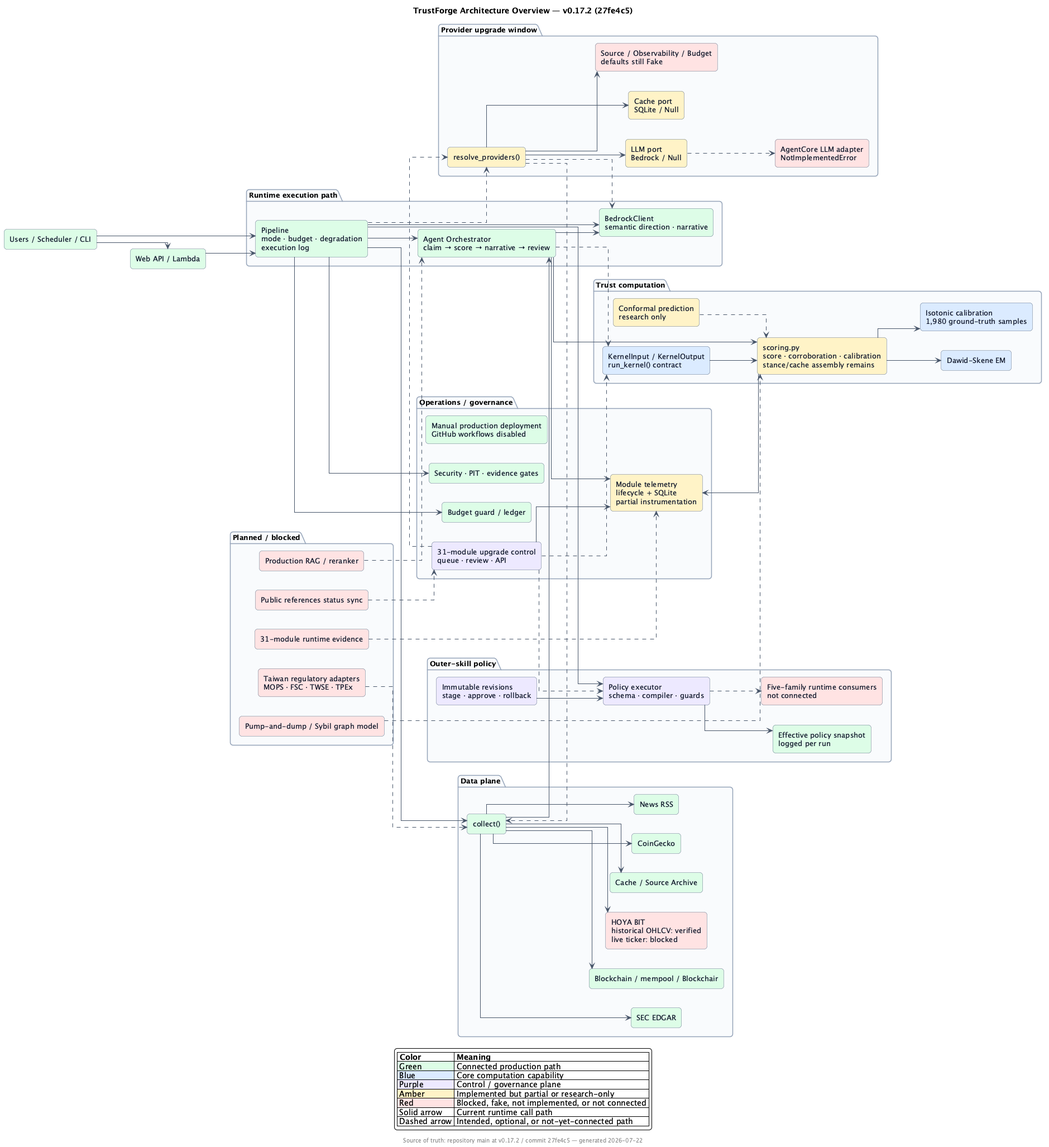
Earlier version of the PlantUML export docs/architecture/ARCHITECTURE-OVERVIEW.png (cancleeric/trustforge). The source it was exported from:
```plantuml
@startuml
title TrustForge Architecture Overview — v0.17.2 (27fe4c5)

left to right direction
skinparam backgroundColor #FFFFFF
skinparam shadowing false
skinparam roundcorner 10
skinparam linetype ortho
skinparam defaultFontName "Noto Sans CJK TC"
skinparam defaultFontSize 13
skinparam ArrowColor #475569
skinparam packageBorderColor #94A3B8
skinparam packageBackgroundColor #F8FAFC
skinparam rectangleBorderColor #64748B
skinparam rectangleFontColor #0F172A

!define LIVE #DCFCE7
!define CORE #DBEAFE
!define CONTROL #EDE9FE
!define PARTIAL #FEF3C7
!define BLOCKED #FEE2E2

rectangle "Users / Scheduler / CLI" as users LIVE
rectangle "Web API / Lambda" as web LIVE

package "Runtime execution path" {
  rectangle "Pipeline\nmode · budget · degradation\nexecution log" as pipeline LIVE
  rectangle "Agent Orchestrator\nclaim → score → narrative → review" as orchestrator LIVE
  rectangle "BedrockClient\nsemantic direction · narrative" as bedrock LIVE
}

package "Data plane" {
  rectangle "collect()" as collect LIVE
  rectangle "CoinGecko" as coingecko LIVE
  rectangle "News RSS" as news LIVE
  rectangle "SEC EDGAR" as sec LIVE
  rectangle "Blockchain / mempool / Blockchair" as chain LIVE
  rectangle "HOYA BIT\nhistorical OHLCV: verified\nlive ticker: blocked" as hoya BLOCKED
  rectangle "Cache / Source Archive" as cache LIVE
}

package "Trust computation" {
  rectangle "KernelInput / KernelOutput\nrun_kernel() contract" as kernelApi CORE
  rectangle "scoring.py\nscore · corroboration · calibration\nstance/cache assembly remains" as scoring PARTIAL
  rectangle "Dawid-Skene EM" as ds CORE
  rectangle "Isotonic calibration\n1,980 ground-truth samples" as calibration CORE
  rectangle "Conformal prediction\nresearch only" as conformal PARTIAL
}

package "Provider upgrade window" {
  rectangle "resolve_providers()" as resolver PARTIAL
  rectangle "LLM port\nBedrock / Null" as llmPort PARTIAL
  rectangle "Cache port\nSQLite / Null" as cachePort PARTIAL
  rectangle "Source / Observability / Budget\ndefaults still Fake" as fakePorts BLOCKED
  rectangle "AgentCore LLM adapter\nNotImplementedError" as agentcore BLOCKED
}

package "Outer-skill policy" {
  rectangle "Immutable revisions\nstage · approve · rollback" as skills CONTROL
  rectangle "Policy executor\nschema · compiler · guards" as policy CONTROL
  rectangle "Effective policy snapshot\nlogged per run" as snapshot LIVE
  rectangle "Five-family runtime consumers\nnot connected" as consumers BLOCKED
}

package "Operations / governance" {
  rectangle "Budget guard / ledger" as budget LIVE
  rectangle "Security · PIT · evidence gates" as security LIVE
  rectangle "Module telemetry\nlifecycle + SQLite\npartial instrumentation" as telemetry PARTIAL
  rectangle "31-module upgrade control\nqueue · review · API" as upgrade CONTROL
  rectangle "Manual production deployment\nGitHub workflows disabled" as deploy LIVE
}

package "Planned / blocked" {
  rectangle "Taiwan regulatory adapters\nMOPS · FSC · TWSE · TPEx" as taiwan BLOCKED
  rectangle "Production RAG / reranker" as rag BLOCKED
  rectangle "Pump-and-dump / Sybil graph model" as graphModel BLOCKED
  rectangle "31-module runtime evidence" as fullTelemetry BLOCKED
  rectangle "Public references status sync" as publicRefs BLOCKED
}

users --> web
users --> pipeline
web --> pipeline
pipeline --> orchestrator

pipeline --> collect
collect --> coingecko
collect --> news
collect --> sec
collect --> chain
collect --> hoya
collect --> cache
collect --> orchestrator

pipeline --> bedrock
orchestrator --> bedrock
orchestrator --> scoring
scoring --> ds
scoring --> calibration
conformal ..> scoring
orchestrator ..> kernelApi
kernelApi --> scoring

pipeline ..> resolver
resolver --> llmPort
resolver --> cachePort
resolver --> fakePorts
llmPort ..> agentcore
resolver ..> bedrock
resolver ..> collect

pipeline --> policy
skills --> policy
policy --> snapshot
policy ..> consumers

pipeline --> budget
pipeline --> security
scoring --> telemetry
orchestrator --> telemetry
upgrade --> telemetry
upgrade ..> resolver
upgrade ..> policy
upgrade ..> kernelApi

taiwan ..> collect
rag ..> orchestrator
graphModel ..> scoring
fullTelemetry ..> telemetry
publicRefs ..> upgrade

legend bottom
  |= Color |= Meaning |
  |<#DCFCE7> Green | Connected production path |
  |<#DBEAFE> Blue | Core computation capability |
  |<#EDE9FE> Purple | Control / governance plane |
  |<#FEF3C7> Amber | Implemented but partial or research-only |
  |<#FEE2E2> Red | Blocked, fake, not implemented, or not connected |
  | Solid arrow | Current runtime call path |
  | Dashed arrow | Intended, optional, or not-yet-connected path |
endlegend

footer Source of truth: repository main at v0.17.2 / commit 27fe4c5 — generated 2026-07-22
@enduml
```
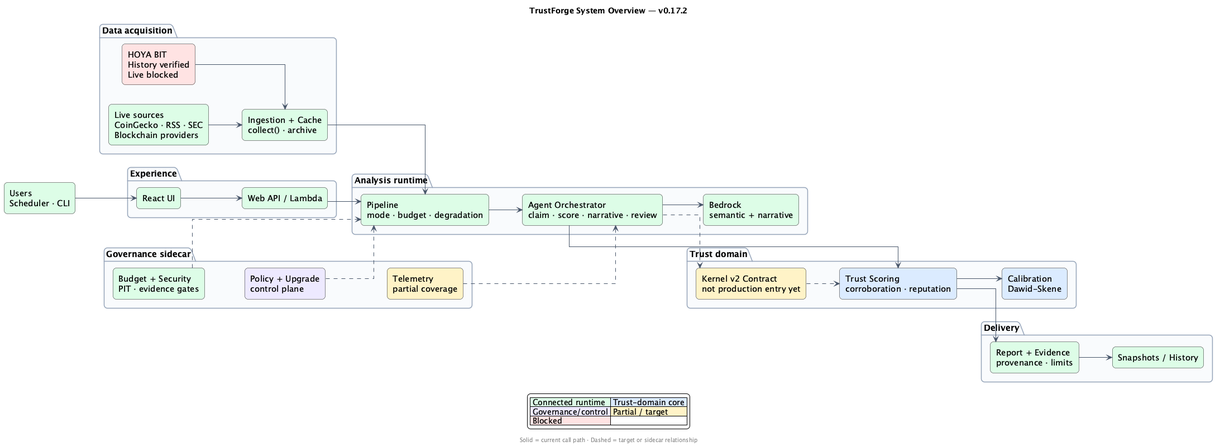
Above is the later version.

The edit, as a diff of the source:
```diff
@@ -1,18 +1,16 @@
 @startuml
-title TrustForge Architecture Overview — v0.17.2 (27fe4c5)
+title TrustForge System Overview — v0.17.2
 
 left to right direction
 skinparam backgroundColor #FFFFFF
 skinparam shadowing false
-skinparam roundcorner 10
+skinparam roundcorner 12
 skinparam linetype ortho
 skinparam defaultFontName "Noto Sans CJK TC"
-skinparam defaultFontSize 13
+skinparam defaultFontSize 15
 skinparam ArrowColor #475569
 skinparam packageBorderColor #94A3B8
 skinparam packageBackgroundColor #F8FAFC
-skinparam rectangleBorderColor #64748B
-skinparam rectangleFontColor #0F172A
 
 !define LIVE #DCFCE7
 !define CORE #DBEAFE
@@ -20,125 +18,69 @@
 !define PARTIAL #FEF3C7
 !define BLOCKED #FEE2E2
 
-rectangle "Users / Scheduler / CLI" as users LIVE
-rectangle "Web API / Lambda" as web LIVE
+rectangle "Users\nScheduler · CLI" as users LIVE
 
-package "Runtime execution path" {
-  rectangle "Pipeline\nmode · budget · degradation\nexecution log" as pipeline LIVE
-  rectangle "Agent Orchestrator\nclaim → score → narrative → review" as orchestrator LIVE
-  rectangle "BedrockClient\nsemantic direction · narrative" as bedrock LIVE
+package "Experience" {
+  rectangle "React UI" as ui LIVE
+  rectangle "Web API / Lambda" as api LIVE
 }
 
-package "Data plane" {
-  rectangle "collect()" as collect LIVE
-  rectangle "CoinGecko" as coingecko LIVE
-  rectangle "News RSS" as news LIVE
-  rectangle "SEC EDGAR" as sec LIVE
-  rectangle "Blockchain / mempool / Blockchair" as chain LIVE
-  rectangle "HOYA BIT\nhistorical OHLCV: verified\nlive ticker: blocked" as hoya BLOCKED
-  rectangle "Cache / Source Archive" as cache LIVE
+package "Data acquisition" {
+  rectangle "Live sources\nCoinGecko · RSS · SEC\nBlockchain providers" as sources LIVE
+  rectangle "HOYA BIT\nHistory verified\nLive blocked" as hoya BLOCKED
+  rectangle "Ingestion + Cache\ncollect() · archive" as ingestion LIVE
 }
 
-package "Trust computation" {
-  rectangle "KernelInput / KernelOutput\nrun_kernel() contract" as kernelApi CORE
-  rectangle "scoring.py\nscore · corroboration · calibration\nstance/cache assembly remains" as scoring PARTIAL
-  rectangle "Dawid-Skene EM" as ds CORE
-  rectangle "Isotonic calibration\n1,980 ground-truth samples" as calibration CORE
-  rectangle "Conformal prediction\nresearch only" as conformal PARTIAL
+package "Analysis runtime" {
+  rectangle "Pipeline\nmode · budget · degradation" as pipeline LIVE
+  rectangle "Agent Orchestrator\nclaim · score · narrative · review" as agent LIVE
+  rectangle "Bedrock\nsemantic + narrative" as bedrock LIVE
 }
 
-package "Provider upgrade window" {
-  rectangle "resolve_providers()" as resolver PARTIAL
-  rectangle "LLM port\nBedrock / Null" as llmPort PARTIAL
-  rectangle "Cache port\nSQLite / Null" as cachePort PARTIAL
-  rectangle "Source / Observability / Budget\ndefaults still Fake" as fakePorts BLOCKED
-  rectangle "AgentCore LLM adapter\nNotImplementedError" as agentcore BLOCKED
+package "Trust domain" {
+  rectangle "Trust Scoring\ncorroboration · reputation" as scoring CORE
+  rectangle "Calibration\nDawid-Skene" as models CORE
+  rectangle "Kernel v2 Contract\nnot production entry yet" as kernel PARTIAL
 }
 
-package "Outer-skill policy" {
-  rectangle "Immutable revisions\nstage · approve · rollback" as skills CONTROL
-  rectangle "Policy executor\nschema · compiler · guards" as policy CONTROL
-  rectangle "Effective policy snapshot\nlogged per run" as snapshot LIVE
-  rectangle "Five-family runtime consumers\nnot connected" as consumers BLOCKED
+package "Delivery" {
+  rectangle "Report + Evidence\nprovenance · limits" as report LIVE
+  rectangle "Snapshots / History" as history LIVE
 }
 
-package "Operations / governance" {
-  rectangle "Budget guard / ledger" as budget LIVE
-  rectangle "Security · PIT · evidence gates" as security LIVE
-  rectangle "Module telemetry\nlifecycle + SQLite\npartial instrumentation" as telemetry PARTIAL
-  rectangle "31-module upgrade control\nqueue · review · API" as upgrade CONTROL
-  rectangle "Manual production deployment\nGitHub workflows disabled" as deploy LIVE
+package "Governance sidecar" {
+  rectangle "Budget + Security\nPIT · evidence gates" as gates LIVE
+  rectangle "Policy + Upgrade\ncontrol plane" as control CONTROL
+  rectangle "Telemetry\npartial coverage" as telemetry PARTIAL
 }
 
-package "Planned / blocked" {
-  rectangle "Taiwan regulatory adapters\nMOPS · FSC · TWSE · TPEx" as taiwan BLOCKED
-  rectangle "Production RAG / reranker" as rag BLOCKED
-  rectangle "Pump-and-dump / Sybil graph model" as graphModel BLOCKED
-  rectangle "31-module runtime evidence" as fullTelemetry BLOCKED
-  rectangle "Public references status sync" as publicRefs BLOCKED
-}
+users --> ui
+ui --> api
+api --> pipeline
+sources --> ingestion
+hoya --> ingestion
+ingestion --> pipeline
+pipeline --> agent
+agent --> bedrock
+agent --> scoring
+scoring --> models
+scoring --> report
+report --> history
 
-users --> web
-users --> pipeline
-web --> pipeline
-pipeline --> orchestrator
+kernel ..> scoring
+agent ..> kernel
 
-pipeline --> collect
-collect --> coingecko
-collect --> news
-collect --> sec
-collect --> chain
-collect --> hoya
-collect --> cache
-collect --> orchestrator
-
-pipeline --> bedrock
-orchestrator --> bedrock
-orchestrator --> scoring
-scoring --> ds
-scoring --> calibration
-conformal ..> scoring
-orchestrator ..> kernelApi
-kernelApi --> scoring
-
-pipeline ..> resolver
-resolver --> llmPort
-resolver --> cachePort
-resolver --> fakePorts
-llmPort ..> agentcore
-resolver ..> bedrock
-resolver ..> collect
-
-pipeline --> policy
-skills --> policy
-policy --> snapshot
-policy ..> consumers
-
-pipeline --> budget
-pipeline --> security
-scoring --> telemetry
-orchestrator --> telemetry
-upgrade --> telemetry
-upgrade ..> resolver
-upgrade ..> policy
-upgrade ..> kernelApi
-
-taiwan ..> collect
-rag ..> orchestrator
-graphModel ..> scoring
-fullTelemetry ..> telemetry
-publicRefs ..> upgrade
+gates -[hidden]-> control
+control -[hidden]-> telemetry
+gates ..> pipeline
+control ..> pipeline
+telemetry ..> agent
 
 legend bottom
-  |= Color |= Meaning |
-  |<#DCFCE7> Green | Connected production path |
-  |<#DBEAFE> Blue | Core computation capability |
-  |<#EDE9FE> Purple | Control / governance plane |
-  |<#FEF3C7> Amber | Implemented but partial or research-only |
-  |<#FEE2E2> Red | Blocked, fake, not implemented, or not connected |
-  | Solid arrow | Current runtime call path |
-  | Dashed arrow | Intended, optional, or not-yet-connected path |
+  |<#DCFCE7> Connected runtime |<#DBEAFE> Trust-domain core |
+  |<#EDE9FE> Governance/control |<#FEF3C7> Partial / target |
+  |<#FEE2E2> Blocked |
 endlegend
 
-footer Source of truth: repository main at v0.17.2 / commit 27fe4c5 — generated 2026-07-22
+footer Solid = current call path · Dashed = target or sidecar relationship
 @enduml
```
